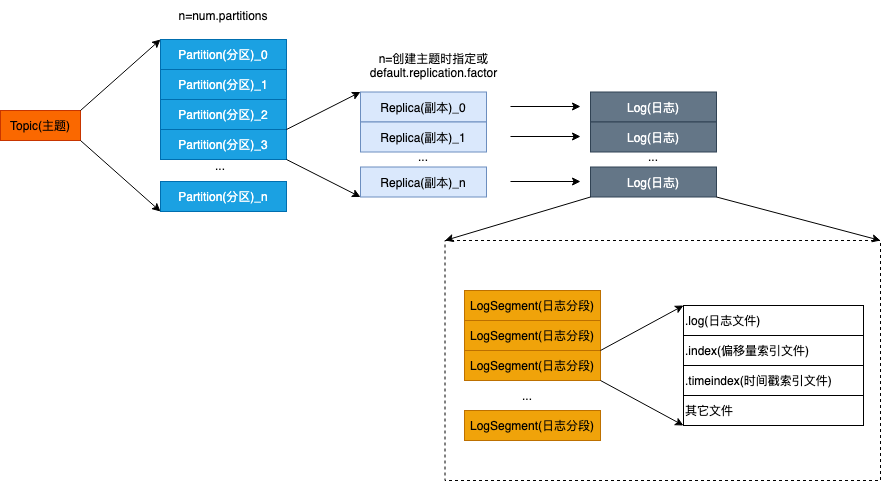
Earlier version of the draw.io export com.guann1n9.diagrams/kakfa/kafka log.png (GuanN1ng/diagrams). Source tidied: cells renumbered, new cells last; positions are measured from the earlier drawing's top-left corner, leaving out a move shared by most shapes.
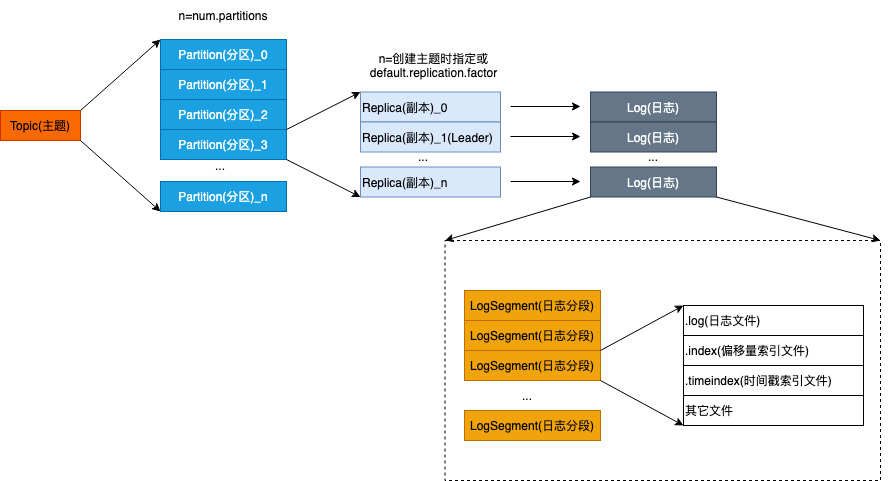
Above is the later version.

Diff of the diagram source:
```diff
@@ -32,14 +32,14 @@
     <mxCell id="11" value="..." style="text;html=1;align=center;verticalAlign=middle;whiteSpace=wrap;rounded=0;" parent="1" vertex="1">
       <mxGeometry x="190" y="150" width="60" height="30" as="geometry" />
     </mxCell>
-    <mxCell id="12" value="Replica(副本)_0" style="rounded=0;whiteSpace=wrap;html=1;fillColor=#dae8fc;strokeColor=#6c8ebf;" parent="1" vertex="1">
-      <mxGeometry x="360" y="91.5" width="126" height="30" as="geometry" />
+    <mxCell id="12" value="Replica(副本)_0" style="rounded=0;whiteSpace=wrap;html=1;fillColor=#dae8fc;strokeColor=#6c8ebf;align=left;" parent="1" vertex="1">
+      <mxGeometry x="360" y="91.5" width="140" height="30" as="geometry" />
     </mxCell>
-    <mxCell id="13" value="Replica(副本)_1" style="rounded=0;whiteSpace=wrap;html=1;fillColor=#dae8fc;strokeColor=#6c8ebf;" parent="1" vertex="1">
-      <mxGeometry x="360" y="121.5" width="126" height="30" as="geometry" />
+    <mxCell id="13" value="Replica(副本)_1(Leader)" style="rounded=0;whiteSpace=wrap;html=1;fillColor=#dae8fc;strokeColor=#6c8ebf;align=left;" parent="1" vertex="1">
+      <mxGeometry x="360" y="121.5" width="140" height="30" as="geometry" />
     </mxCell>
-    <mxCell id="14" value="Replica(副本)_n" style="rounded=0;whiteSpace=wrap;html=1;fillColor=#dae8fc;strokeColor=#6c8ebf;" parent="1" vertex="1">
-      <mxGeometry x="360" y="166.5" width="126" height="30" as="geometry" />
+    <mxCell id="14" value="Replica(副本)_n" style="rounded=0;whiteSpace=wrap;html=1;fillColor=#dae8fc;strokeColor=#6c8ebf;align=left;" parent="1" vertex="1">
+      <mxGeometry x="360" y="166.5" width="140" height="30" as="geometry" />
     </mxCell>
     <mxCell id="15" value="..." style="text;html=1;strokeColor=none;fillColor=none;align=center;verticalAlign=middle;whiteSpace=wrap;rounded=0;" parent="1" vertex="1">
       <mxGeometry x="393" y="140.5" width="60" height="30" as="geometry" />
```
